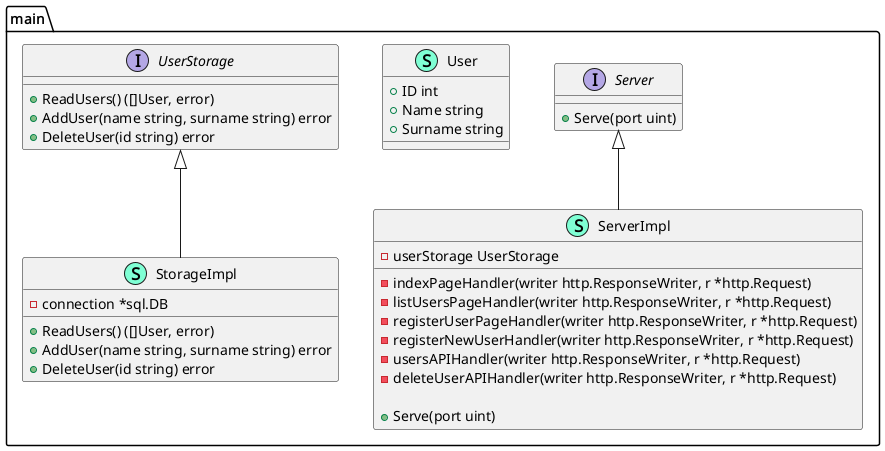
tisnik/go-service keeps this PlantUML diagram as uml.png. Above is the earlier version.
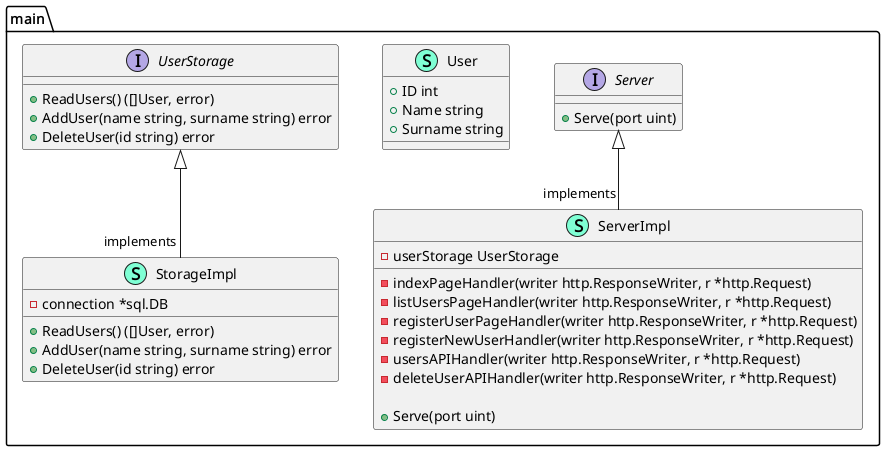
The same file after the commit.

Commit message:
UML diagram

Diff of the diagram source:
```diff
@@ -39,7 +39,8 @@
     }
 }
 
-"main.Server" <|-- "main.ServerImpl"
-"main.UserStorage" <|-- "main.StorageImpl"
+"main.Server" <|-- "implements""main.ServerImpl"
+"main.UserStorage" <|-- "implements""main.StorageImpl"
+
 
 @enduml
```
